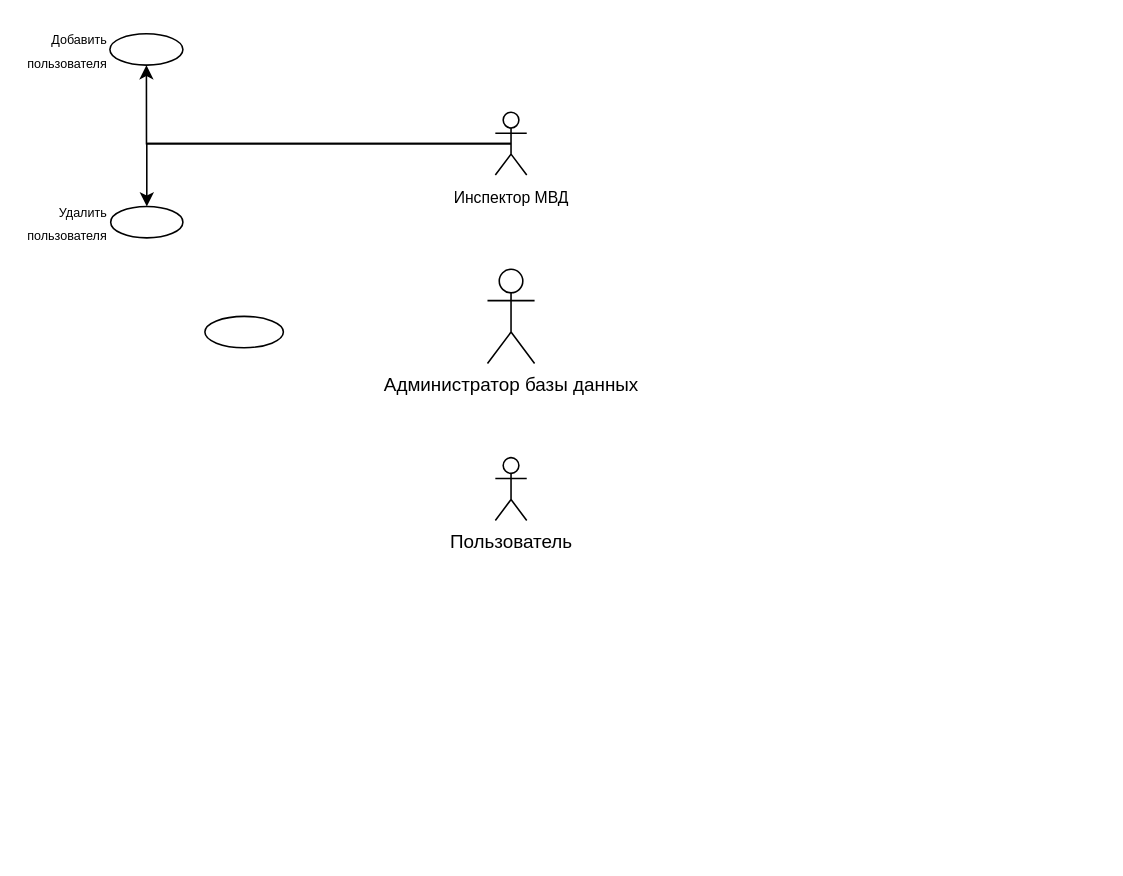
Above: lab1.drawio in duahifnv/SystemsArchitecture (draw.io), before the change. Source tidied: cells renumbered, new cells numbered last; positions are measured from the earlier drawing's top-left corner, leaving out a move shared by most shapes. Both pictures are drawn from the tidied source at 157%, with x=0, y=0 at pixel (110, 33).
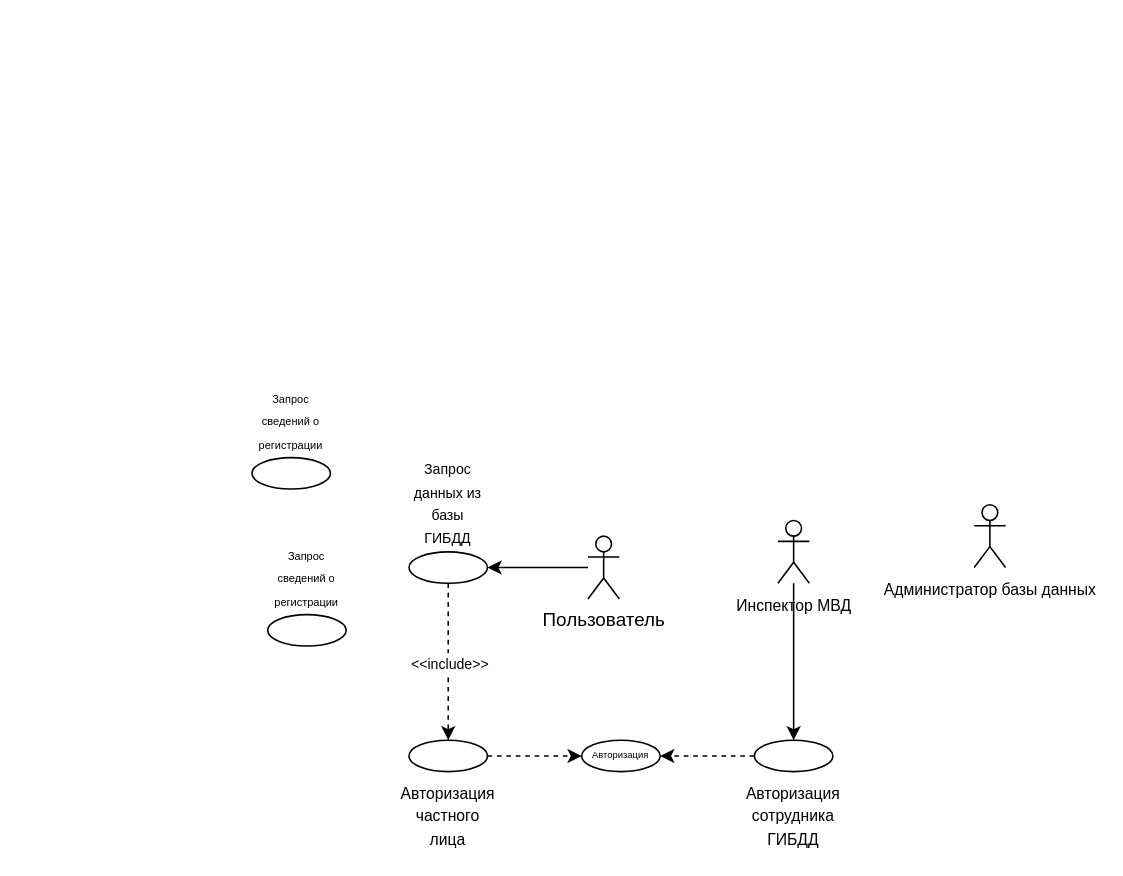
The same diagram, later.

What changed in the source:
```diff
@@
 <mxGraphModel>
   <root>
     <mxCell id="0" />
     <mxCell id="1" parent="0" />
-    <mxCell id="2" style="edgeStyle=orthogonalEdgeStyle;rounded=0;jettySize=auto;html=1;exitX=0.5;exitY=0.5;exitDx=0;exitDy=0;exitPerimeter=0;" parent="1" edge="1" source="4" target="7">
-      <mxGeometry relative="1" as="geometry" />
-    </mxCell>
-    <mxCell id="3" style="edgeStyle=orthogonalEdgeStyle;rounded=0;jettySize=auto;html=1;exitX=0.5;exitY=0.5;exitDx=0;exitDy=0;exitPerimeter=0;entryX=0.5;entryY=0;entryDx=0;entryDy=0;" parent="1" edge="1" source="4" target="8">
-      <mxGeometry relative="1" as="geometry" />
-    </mxCell>
+    <mxCell id="10" style="edgeStyle=orthogonalEdgeStyle;rounded=0;jettySize=auto;html=1;" parent="1" edge="1" source="4" target="13">
+      <mxGeometry relative="1" as="geometry" />
+    </mxCell>
     <mxCell id="4" value="&lt;font style=&quot;font-size: 10px;&quot;&gt;Инспектор МВД&lt;/font&gt;" style="shape=umlActor;verticalLabelPosition=bottom;verticalAlign=top;html=1;outlineConnect=0;" parent="1" vertex="1">
-      <mxGeometry x="245" y="50" width="20" height="40" as="geometry" />
+      <mxGeometry x="425" y="310" width="20" height="40" as="geometry" />
     </mxCell>
+    <mxCell id="11" style="edgeStyle=orthogonalEdgeStyle;rounded=0;jettySize=auto;html=1;" parent="1" edge="1" source="5" target="16">
+      <mxGeometry relative="1" as="geometry" />
+    </mxCell>
     <mxCell id="5" value="Пользователь" style="shape=umlActor;verticalLabelPosition=bottom;verticalAlign=top;html=1;outlineConnect=0;" parent="1" vertex="1">
-      <mxGeometry x="245" y="270" width="20" height="40" as="geometry" />
+      <mxGeometry x="304" y="320" width="20" height="40" as="geometry" />
     </mxCell>
-    <mxCell id="6" value="Администратор базы данных" style="shape=umlActor;verticalLabelPosition=bottom;verticalAlign=top;html=1;" parent="1" vertex="1">
-      <mxGeometry x="240" y="150" width="30" height="60" as="geometry" />
+    <mxCell id="6" value="&lt;font style=&quot;font-size: 10px;&quot;&gt;Администратор базы данных&lt;/font&gt;" style="shape=umlActor;verticalLabelPosition=bottom;verticalAlign=top;html=1;" parent="1" vertex="1">
+      <mxGeometry x="550" y="300" width="20" height="40" as="geometry" />
     </mxCell>
-    <mxCell id="7" value="&lt;font style=&quot;font-size: 8px;&quot;&gt;Добавить пользователя&lt;/font&gt;" style="ellipse;whiteSpace=wrap;html=1;verticalAlign=middle;labelPosition=left;verticalLabelPosition=middle;align=right;" parent="1" vertex="1">
-      <mxGeometry x="-0.5" width="46.5" height="20" as="geometry" />
-    </mxCell>
-    <mxCell id="8" value="&lt;font style=&quot;font-size: 8px;&quot;&gt;Удалить пользователя&lt;/font&gt;" style="ellipse;whiteSpace=wrap;html=1;verticalAlign=middle;labelPosition=left;verticalLabelPosition=middle;align=right;" parent="1" vertex="1">
-      <mxGeometry y="110" width="46" height="20" as="geometry" />
-    </mxCell>
-    <mxCell id="9" style="ellipse;whiteSpace=wrap;html=1;" parent="1" vertex="1">
-      <mxGeometry x="60" y="180" width="50" height="20" as="geometry" />
+    <mxCell id="9" value="&lt;font style=&quot;font-size: 6px;&quot;&gt;Авторизация&lt;/font&gt;" style="ellipse;whiteSpace=wrap;html=1;labelPosition=center;verticalLabelPosition=middle;align=center;verticalAlign=middle;fontSize=6;" parent="1" vertex="1">
+      <mxGeometry x="300" y="450" width="50" height="20" as="geometry" />
     </mxCell>
+    <mxCell id="12" style="edgeStyle=orthogonalEdgeStyle;rounded=0;jettySize=auto;html=1;dashed=1;" parent="1" edge="1" source="13" target="9">
+      <mxGeometry relative="1" as="geometry" />
+    </mxCell>
+    <mxCell id="13" value="&lt;font style=&quot;font-size: 10px;&quot;&gt;Авторизация сотрудника ГИБДД&lt;/font&gt;" style="ellipse;whiteSpace=wrap;html=1;labelPosition=center;verticalLabelPosition=bottom;align=center;verticalAlign=top;" parent="1" vertex="1">
+      <mxGeometry x="410" y="450" width="50" height="20" as="geometry" />
+    </mxCell>
+    <mxCell id="14" style="edgeStyle=orthogonalEdgeStyle;rounded=0;jettySize=auto;html=1;dashed=1;" parent="1" edge="1" source="16" target="18">
+      <mxGeometry relative="1" as="geometry" />
+    </mxCell>
+    <mxCell id="15" value="&lt;font style=&quot;font-size: 9px;&quot;&gt;&amp;lt;&amp;lt;include&amp;gt;&amp;gt;&lt;/font&gt;" style="edgeLabel;html=1;align=center;verticalAlign=middle;" parent="14" vertex="1">
+      <mxGeometry x="0.2" y="1" relative="1" as="geometry">
+        <mxPoint x="-1" y="-10" as="offset" />
+      </mxGeometry>
+    </mxCell>
+    <mxCell id="16" value="&lt;font style=&quot;font-size: 9px;&quot;&gt;Запрос данных из базы ГИБДД&lt;/font&gt;" style="ellipse;whiteSpace=wrap;html=1;labelPosition=center;verticalLabelPosition=top;align=center;verticalAlign=bottom;" parent="1" vertex="1">
+      <mxGeometry x="190" y="330" width="50" height="20" as="geometry" />
+    </mxCell>
+    <mxCell id="17" style="edgeStyle=orthogonalEdgeStyle;rounded=0;jettySize=auto;html=1;dashed=1;" parent="1" edge="1" source="18" target="9">
+      <mxGeometry relative="1" as="geometry" />
+    </mxCell>
+    <mxCell id="18" value="&lt;font style=&quot;font-size: 10px;&quot;&gt;Авторизация частного лица&lt;/font&gt;" style="ellipse;whiteSpace=wrap;html=1;labelPosition=center;verticalLabelPosition=bottom;align=center;verticalAlign=top;" parent="1" vertex="1">
+      <mxGeometry x="190" y="450" width="50" height="20" as="geometry" />
+    </mxCell>
+    <mxCell id="19" value="&lt;font style=&quot;font-size: 7px;&quot;&gt;Запрос сведений о регистрации&lt;/font&gt;" style="ellipse;whiteSpace=wrap;html=1;labelPosition=center;verticalLabelPosition=top;align=center;verticalAlign=bottom;" parent="1" vertex="1">
+      <mxGeometry x="90" y="270" width="50" height="20" as="geometry" />
+    </mxCell>
+    <mxCell id="20" value="&lt;font style=&quot;font-size: 7px;&quot;&gt;Запрос сведений о регистрации&lt;/font&gt;" style="ellipse;whiteSpace=wrap;html=1;labelPosition=center;verticalLabelPosition=top;align=center;verticalAlign=bottom;" parent="1" vertex="1">
+      <mxGeometry x="100" y="370" width="50" height="20" as="geometry" />
+    </mxCell>
   </root>
 </mxGraphModel>
```
